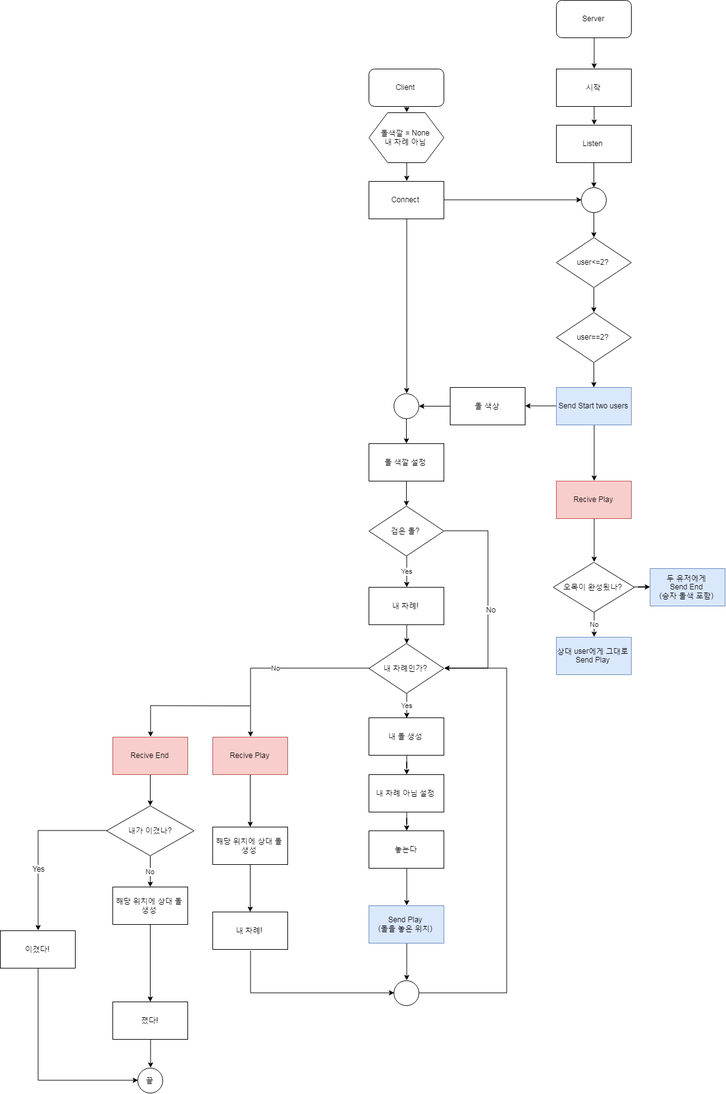
Above: Untitled Diagram.png in KimHeeRyeong/OMOK (draw.io), before the change. Source tidied: cells renumbered, new cells last; positions are measured from the earlier drawing's top-left corner, leaving out a move shared by most shapes.
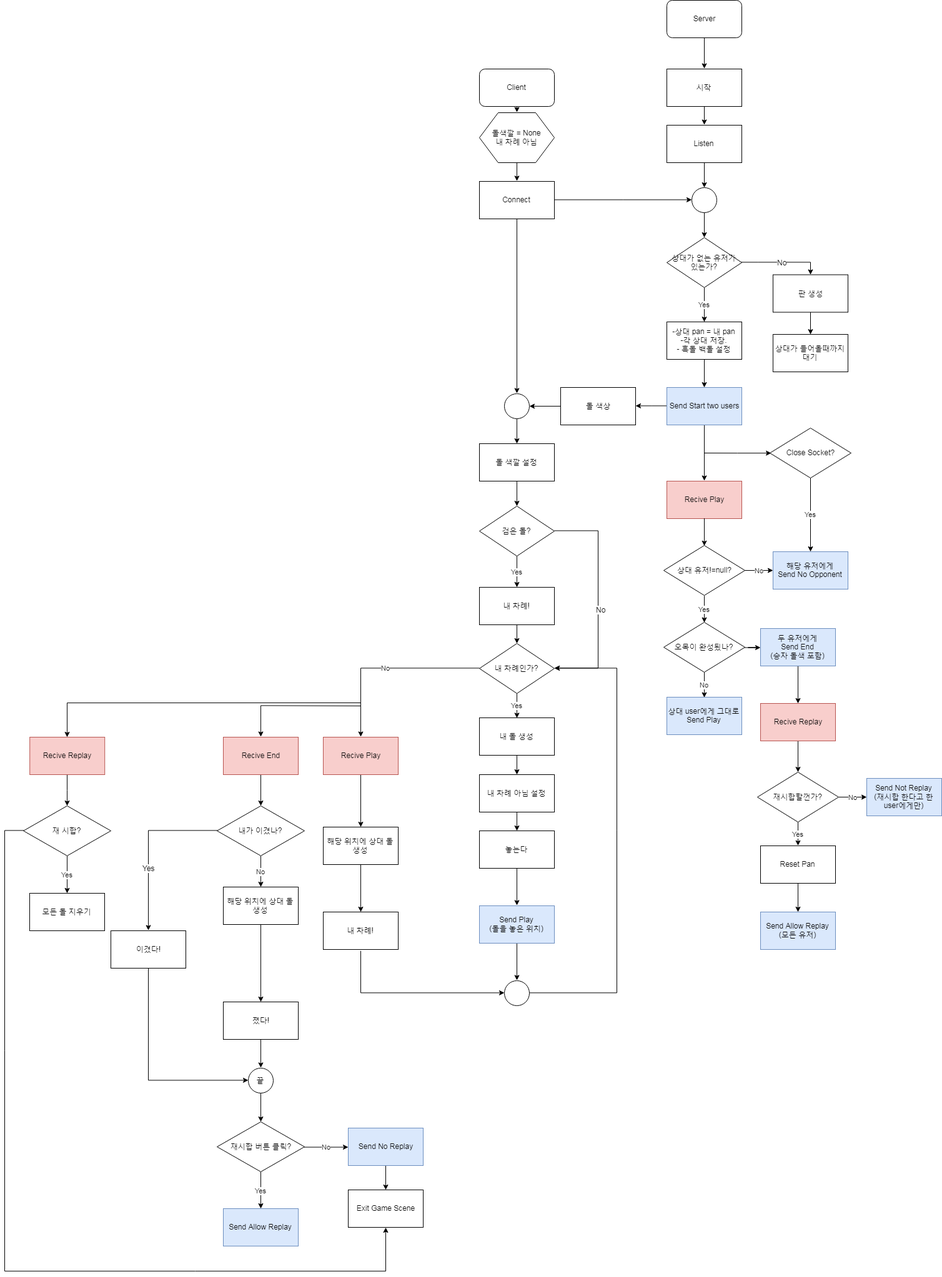
After the commit.

Diff of the diagram source:
```diff
@@ -44,18 +44,23 @@
     <mxCell id="15" style="ellipse;whiteSpace=wrap;html=1;" parent="1" vertex="1">
       <mxGeometry x="930" y="300" width="40" height="40" as="geometry" />
     </mxCell>
-    <mxCell id="16" style="edgeStyle=orthogonalEdgeStyle;rounded=0;jettySize=auto;html=1;" parent="1" edge="1" source="17" target="19">
+    <mxCell id="16" value="Yes" style="edgeStyle=orthogonalEdgeStyle;rounded=0;jettySize=auto;html=1;entryX=0.5;entryY=0;entryDx=0;entryDy=0;" parent="1" edge="1" source="17" target="82">
       <mxGeometry relative="1" as="geometry" />
     </mxCell>
+    <mxCell id="76" style="edgeStyle=orthogonalEdgeStyle;rounded=0;jettySize=auto;html=1;entryX=0.5;entryY=0;entryDx=0;entryDy=0;" parent="1" edge="1" source="17" target="81">
+      <mxGeometry relative="1" as="geometry" />
+    </mxCell>
+    <mxCell id="77" value="No" style="text;html=1;align=center;verticalAlign=middle;labelBackgroundColor=#ffffff;" parent="76" vertex="1">
+      <mxGeometry x="0.01" relative="1" as="geometry">
+        <mxPoint x="-1" as="offset" />
+      </mxGeometry>
+    </mxCell>
-    <mxCell id="17" value="user&amp;lt;=2?" style="rhombus;whiteSpace=wrap;html=1;" parent="1" vertex="1">
+    <mxCell id="17" value="상대가 없는 유저가 있는가?" style="rhombus;whiteSpace=wrap;html=1;" parent="1" vertex="1">
       <mxGeometry x="890" y="380" width="120" height="80" as="geometry" />
     </mxCell>
-    <mxCell id="18" style="edgeStyle=orthogonalEdgeStyle;rounded=0;jettySize=auto;html=1;" parent="1" edge="1" source="19" target="22">
+    <mxCell id="18" style="edgeStyle=orthogonalEdgeStyle;rounded=0;jettySize=auto;html=1;" parent="1" edge="1" source="82" target="22">
       <mxGeometry relative="1" as="geometry" />
     </mxCell>
-    <mxCell id="19" value="user==2?" style="rhombus;whiteSpace=wrap;html=1;" parent="1" vertex="1">
-      <mxGeometry x="890" y="500" width="120" height="80" as="geometry" />
-    </mxCell>
     <mxCell id="20" style="edgeStyle=orthogonalEdgeStyle;rounded=0;jettySize=auto;html=1;exitX=0;exitY=0.5;exitDx=0;exitDy=0;" parent="1" edge="1" source="22" target="27">
       <mxGeometry relative="1" as="geometry" />
     </mxCell>
@@ -122,7 +127,7 @@
       <mxGeometry x="590" y="1450" width="120" height="60" as="geometry" />
     </mxCell>
     <mxCell id="40" value="상대 user에게 그대로Send Play" style="rounded=0;whiteSpace=wrap;html=1;fillColor=#dae8fc;strokeColor=#6c8ebf;" parent="1" vertex="1">
-      <mxGeometry x="890" y="1020" width="120" height="60" as="geometry" />
+      <mxGeometry x="890" y="1116" width="120" height="60" as="geometry" />
     </mxCell>
     <mxCell id="41" style="edgeStyle=orthogonalEdgeStyle;rounded=0;jettySize=auto;html=1;entryX=1;entryY=0.5;entryDx=0;entryDy=0;exitX=1;exitY=0.5;exitDx=0;exitDy=0;" parent="1" edge="1" source="42" target="47">
       <mxGeometry relative="1" as="geometry">
@@ -200,6 +205,9 @@
     <mxCell id="60" value="이겼다!" style="rounded=0;whiteSpace=wrap;html=1;" parent="1" vertex="1">
       <mxGeometry y="1490" width="120" height="60" as="geometry" />
     </mxCell>
+    <mxCell id="78" style="edgeStyle=orthogonalEdgeStyle;rounded=0;jettySize=auto;html=1;" parent="1" edge="1" source="61" target="102">
+      <mxGeometry relative="1" as="geometry" />
+    </mxCell>
     <mxCell id="61" value="끝" style="ellipse;whiteSpace=wrap;html=1;" parent="1" vertex="1">
       <mxGeometry x="220" y="1710" width="40" height="40" as="geometry" />
     </mxCell>
@@ -215,7 +223,7 @@
     <mxCell id="65" value="졌다!" style="rounded=0;whiteSpace=wrap;html=1;" parent="1" vertex="1">
       <mxGeometry x="180" y="1604" width="120" height="60" as="geometry" />
     </mxCell>
-    <mxCell id="66" style="edgeStyle=orthogonalEdgeStyle;rounded=0;jettySize=auto;html=1;exitX=0.5;exitY=1;exitDx=0;exitDy=0;entryX=0.5;entryY=0;entryDx=0;entryDy=0;" parent="1" edge="1" source="67" target="70">
+    <mxCell id="66" value="Yes" style="edgeStyle=orthogonalEdgeStyle;rounded=0;jettySize=auto;html=1;exitX=0.5;exitY=1;exitDx=0;exitDy=0;entryX=0.5;entryY=0;entryDx=0;entryDy=0;" parent="1" edge="1" source="92" target="70">
       <mxGeometry relative="1" as="geometry" />
     </mxCell>
     <mxCell id="67" value="Recive Play" style="rounded=0;whiteSpace=wrap;html=1;fillColor=#f8cecc;strokeColor=#b85450;" parent="1" vertex="1">
@@ -228,10 +236,13 @@
       <mxGeometry relative="1" as="geometry" />
     </mxCell>
     <mxCell id="70" value="오목이 완성됬나?" style="rhombus;whiteSpace=wrap;html=1;" parent="1" vertex="1">
-      <mxGeometry x="885" y="900" width="130" height="80" as="geometry" />
+      <mxGeometry x="885" y="996" width="130" height="80" as="geometry" />
     </mxCell>
+    <mxCell id="79" style="edgeStyle=orthogonalEdgeStyle;rounded=0;jettySize=auto;html=1;" parent="1" edge="1" source="71" target="88">
+      <mxGeometry relative="1" as="geometry" />
+    </mxCell>
     <mxCell id="71" value="두 유저에게&lt;br&gt;Send End&lt;br&gt;(승자 돌색 포함)" style="rounded=0;whiteSpace=wrap;html=1;fillColor=#dae8fc;strokeColor=#6c8ebf;" parent="1" vertex="1">
-      <mxGeometry x="1040" y="910" width="120" height="60" as="geometry" />
+      <mxGeometry x="1040" y="1006" width="120" height="60" as="geometry" />
     </mxCell>
     <mxCell id="72" value="No" style="edgeStyle=orthogonalEdgeStyle;rounded=0;jettySize=auto;html=1;" parent="1" edge="1" source="75" target="63">
       <mxGeometry relative="1" as="geometry" />
@@ -247,5 +258,117 @@
     <mxCell id="75" value="내가 이겼나?" style="rhombus;whiteSpace=wrap;html=1;" parent="1" vertex="1">
       <mxGeometry x="170" y="1290" width="140" height="80" as="geometry" />
     </mxCell>
+    <mxCell id="80" style="edgeStyle=orthogonalEdgeStyle;rounded=0;jettySize=auto;html=1;entryX=0.5;entryY=0;entryDx=0;entryDy=0;" parent="1" edge="1" source="81" target="83">
+      <mxGeometry relative="1" as="geometry" />
+    </mxCell>
+    <mxCell id="81" value="판 생성" style="rounded=0;whiteSpace=wrap;html=1;" parent="1" vertex="1">
+      <mxGeometry x="1060" y="439.5" width="120" height="60" as="geometry" />
+    </mxCell>
+    <mxCell id="82" value="-상대 pan = 내 pan&lt;br&gt;-각 상대 저장.&lt;br&gt;- 흑돌 백돌 설정" style="rounded=0;whiteSpace=wrap;html=1;" parent="1" vertex="1">
+      <mxGeometry x="890" y="515" width="120" height="60" as="geometry" />
+    </mxCell>
+    <mxCell id="83" value="상대가 들어올때까지 대기" style="rounded=0;whiteSpace=wrap;html=1;" parent="1" vertex="1">
+      <mxGeometry x="1060" y="535" width="120" height="60" as="geometry" />
+    </mxCell>
+    <mxCell id="84" value="Yes" style="edgeStyle=orthogonalEdgeStyle;rounded=0;jettySize=auto;html=1;entryX=0.5;entryY=0;entryDx=0;entryDy=0;" parent="1" edge="1" source="86" target="99">
+      <mxGeometry relative="1" as="geometry" />
+    </mxCell>
+    <mxCell id="85" value="No" style="edgeStyle=orthogonalEdgeStyle;rounded=0;jettySize=auto;html=1;" parent="1" edge="1" source="86" target="90">
+      <mxGeometry relative="1" as="geometry" />
+    </mxCell>
+    <mxCell id="86" value="재시합할껀가?" style="rhombus;whiteSpace=wrap;html=1;" parent="1" vertex="1">
+      <mxGeometry x="1035" y="1236" width="130" height="80" as="geometry" />
+    </mxCell>
+    <mxCell id="87" style="edgeStyle=orthogonalEdgeStyle;rounded=0;jettySize=auto;html=1;" parent="1" edge="1" source="88" target="86">
+      <mxGeometry relative="1" as="geometry" />
+    </mxCell>
+    <mxCell id="88" value="Recive Replay" style="rounded=0;whiteSpace=wrap;html=1;fillColor=#f8cecc;strokeColor=#b85450;" parent="1" vertex="1">
+      <mxGeometry x="1040" y="1126" width="120" height="60" as="geometry" />
+    </mxCell>
+    <mxCell id="89" value="Send Allow Replay&lt;br&gt;(모든 유저)" style="rounded=0;whiteSpace=wrap;html=1;fillColor=#dae8fc;strokeColor=#6c8ebf;" parent="1" vertex="1">
+      <mxGeometry x="1040" y="1460" width="120" height="60" as="geometry" />
+    </mxCell>
+    <mxCell id="90" value="Send Not Replay&lt;br&gt;(재시합 한다고 한 user에게만)" style="rounded=0;whiteSpace=wrap;html=1;fillColor=#dae8fc;strokeColor=#6c8ebf;" parent="1" vertex="1">
+      <mxGeometry x="1210" y="1246" width="120" height="60" as="geometry" />
+    </mxCell>
+    <mxCell id="91" value="No" style="edgeStyle=orthogonalEdgeStyle;rounded=0;jettySize=auto;html=1;" parent="1" edge="1" source="92" target="94">
+      <mxGeometry relative="1" as="geometry" />
+    </mxCell>
+    <mxCell id="92" value="상대 유저!=null?" style="rhombus;whiteSpace=wrap;html=1;" parent="1" vertex="1">
+      <mxGeometry x="885" y="873" width="130" height="80" as="geometry" />
+    </mxCell>
+    <mxCell id="93" style="edgeStyle=orthogonalEdgeStyle;rounded=0;jettySize=auto;html=1;exitX=0.5;exitY=1;exitDx=0;exitDy=0;entryX=0.5;entryY=0;entryDx=0;entryDy=0;" parent="1" edge="1" source="67" target="92">
+      <mxGeometry relative="1" as="geometry" />
+    </mxCell>
+    <mxCell id="94" value="해당 유저에게&lt;br&gt;Send No Opponent" style="rounded=0;whiteSpace=wrap;html=1;fillColor=#dae8fc;strokeColor=#6c8ebf;" parent="1" vertex="1">
+      <mxGeometry x="1060" y="883" width="120" height="60" as="geometry" />
+    </mxCell>
+    <mxCell id="95" style="edgeStyle=orthogonalEdgeStyle;rounded=0;jettySize=auto;html=1;entryX=0.018;entryY=0.496;entryDx=0;entryDy=0;entryPerimeter=0;" parent="1" edge="1" target="97">
+      <mxGeometry relative="1" as="geometry">
+        <mxPoint x="950" y="725" as="sourcePoint" />
+      </mxGeometry>
+    </mxCell>
+    <mxCell id="96" value="Yes" style="edgeStyle=orthogonalEdgeStyle;rounded=0;jettySize=auto;html=1;" parent="1" edge="1" source="97" target="94">
+      <mxGeometry relative="1" as="geometry" />
+    </mxCell>
+    <mxCell id="97" value="Close Socket?" style="rhombus;whiteSpace=wrap;html=1;" parent="1" vertex="1">
+      <mxGeometry x="1055" y="685" width="130" height="80" as="geometry" />
+    </mxCell>
+    <mxCell id="98" style="edgeStyle=orthogonalEdgeStyle;rounded=0;jettySize=auto;html=1;" parent="1" edge="1" source="99" target="89">
+      <mxGeometry relative="1" as="geometry" />
+    </mxCell>
+    <mxCell id="99" value="Reset Pan" style="rounded=0;whiteSpace=wrap;html=1;" parent="1" vertex="1">
+      <mxGeometry x="1040" y="1354" width="120" height="60" as="geometry" />
+    </mxCell>
+    <mxCell id="100" value="Yes" style="edgeStyle=orthogonalEdgeStyle;rounded=0;jettySize=auto;html=1;" parent="1" edge="1" source="102" target="103">
+      <mxGeometry relative="1" as="geometry" />
+    </mxCell>
+    <mxCell id="101" value="No" style="edgeStyle=orthogonalEdgeStyle;rounded=0;jettySize=auto;html=1;entryX=0;entryY=0.5;entryDx=0;entryDy=0;" parent="1" edge="1" source="102" target="105">
+      <mxGeometry relative="1" as="geometry" />
+    </mxCell>
+    <mxCell id="102" value="재시합 버튼 클릭?" style="rhombus;whiteSpace=wrap;html=1;" parent="1" vertex="1">
+      <mxGeometry x="170" y="1796" width="140" height="80" as="geometry" />
+    </mxCell>
+    <mxCell id="103" value="Send Allow Replay" style="rounded=0;whiteSpace=wrap;html=1;fillColor=#dae8fc;strokeColor=#6c8ebf;" parent="1" vertex="1">
+      <mxGeometry x="180" y="1935" width="120" height="60" as="geometry" />
+    </mxCell>
+    <mxCell id="104" style="edgeStyle=orthogonalEdgeStyle;rounded=0;jettySize=auto;html=1;" parent="1" edge="1" source="105" target="106">
+      <mxGeometry relative="1" as="geometry" />
+    </mxCell>
+    <mxCell id="105" value="Send No Replay" style="rounded=0;whiteSpace=wrap;html=1;fillColor=#dae8fc;strokeColor=#6c8ebf;" parent="1" vertex="1">
+      <mxGeometry x="380" y="1806" width="120" height="60" as="geometry" />
+    </mxCell>
+    <mxCell id="106" value="Exit Game Scene" style="rounded=0;whiteSpace=wrap;html=1;" parent="1" vertex="1">
+      <mxGeometry x="380" y="1905" width="120" height="60" as="geometry" />
+    </mxCell>
+    <mxCell id="107" style="edgeStyle=orthogonalEdgeStyle;rounded=0;jettySize=auto;html=1;" parent="1" edge="1" target="109">
+      <mxGeometry relative="1" as="geometry">
+        <mxPoint x="400" y="1125" as="sourcePoint" />
+      </mxGeometry>
+    </mxCell>
+    <mxCell id="108" style="edgeStyle=orthogonalEdgeStyle;rounded=0;jettySize=auto;html=1;" parent="1" edge="1" source="109" target="112">
+      <mxGeometry relative="1" as="geometry" />
+    </mxCell>
+    <mxCell id="109" value="Recive Replay" style="rounded=0;whiteSpace=wrap;html=1;fillColor=#f8cecc;strokeColor=#b85450;" parent="1" vertex="1">
+      <mxGeometry x="-129.8" y="1180" width="120" height="60" as="geometry" />
+    </mxCell>
+    <mxCell id="110" value="Yes" style="edgeStyle=orthogonalEdgeStyle;rounded=0;jettySize=auto;html=1;" parent="1" edge="1" source="112" target="113">
+      <mxGeometry relative="1" as="geometry" />
+    </mxCell>
+    <mxCell id="111" style="edgeStyle=orthogonalEdgeStyle;rounded=0;jettySize=auto;html=1;entryX=0.5;entryY=1;entryDx=0;entryDy=0;" parent="1" edge="1" source="112" target="106">
+      <mxGeometry relative="1" as="geometry">
+        <Array as="points">
+          <mxPoint x="-170" y="1329" />
+          <mxPoint x="-170" y="2035" />
+          <mxPoint x="440" y="2035" />
+        </Array>
+      </mxGeometry>
+    </mxCell>
+    <mxCell id="112" value="재 시합?" style="rhombus;whiteSpace=wrap;html=1;" parent="1" vertex="1">
+      <mxGeometry x="-140" y="1290" width="140" height="80" as="geometry" />
+    </mxCell>
+    <mxCell id="113" value="모든 돌 지우기" style="rounded=0;whiteSpace=wrap;html=1;" parent="1" vertex="1">
+      <mxGeometry x="-130" y="1430" width="120" height="60" as="geometry" />
+    </mxCell>
   </root>
 </mxGraphModel>
```
